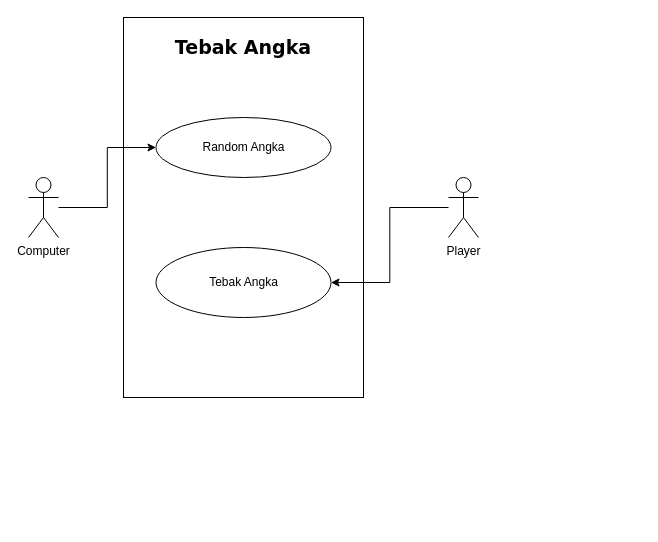
Before: use-case.drawio in Afkar-Saga/jobsheet1, a draw.io diagram. Source tidied: cells renumbered, new cells numbered last; positions are measured from the earlier drawing's top-left corner, leaving out a move shared by most shapes. Both pictures are drawn from the tidied source at 100%, with x=0, y=0 at pixel (28, 17).
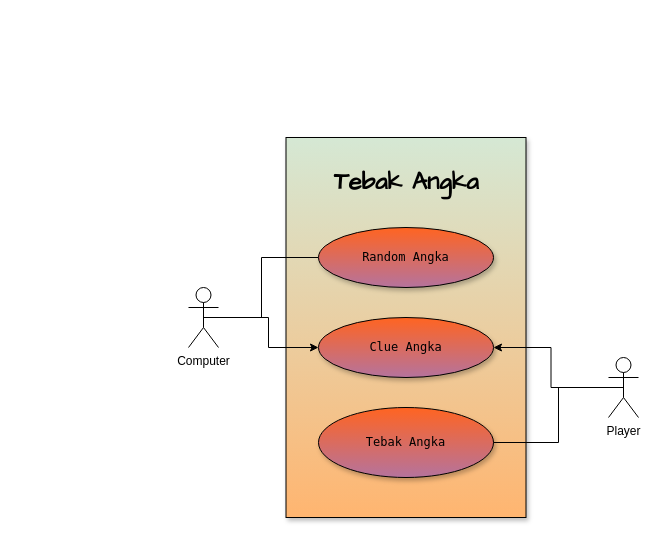
After the change.

Change to the diagram source:
```diff
@@
 <mxGraphModel>
   <root>
     <mxCell id="0" />
     <mxCell id="1" parent="0" />
+    <mxCell id="4" value="&lt;h3 style=&quot;font-size: 24px;&quot;&gt;Tebak Angka&lt;/h3&gt;" style="rounded=0;whiteSpace=wrap;html=1;fillColor=#d5e8d4;strokeColor=default;shadow=1;labelBorderColor=none;fontFamily=Comic Sans MS;align=center;fontStyle=1;fontSize=24;verticalAlign=top;gradientColor=#FFB570;gradientDirection=south;fontColor=default;" parent="1" vertex="1">
+      <mxGeometry x="257.5" y="120" width="240" height="380" as="geometry" />
+    </mxCell>
-    <mxCell id="2" style="edgeStyle=orthogonalEdgeStyle;rounded=0;jettySize=auto;html=1;entryX=0;entryY=0.5;entryDx=0;entryDy=0;" parent="1" edge="1" source="3" target="7">
+    <mxCell id="2" style="rounded=0;jettySize=auto;html=1;entryX=0;entryY=0.5;entryDx=0;entryDy=0;strokeColor=default;endArrow=none;endFill=0;exitX=0.5;exitY=0.5;exitDx=0;exitDy=0;exitPerimeter=0;edgeStyle=elbowEdgeStyle;" parent="1" edge="1" source="3" target="7">
       <mxGeometry relative="1" as="geometry" />
     </mxCell>
+    <mxCell id="10" style="edgeStyle=orthogonalEdgeStyle;rounded=0;jettySize=auto;html=1;fontFamily=Helvetica;fontSize=12;fontColor=default;entryX=0;entryY=0.5;entryDx=0;entryDy=0;" parent="1" edge="1" source="3" target="12">
+      <mxGeometry relative="1" as="geometry" />
+    </mxCell>
     <mxCell id="3" value="Computer" style="shape=umlActor;verticalLabelPosition=bottom;verticalAlign=top;html=1;outlineConnect=0;" parent="1" vertex="1">
-      <mxGeometry y="160" width="30" height="60" as="geometry" />
+      <mxGeometry x="160" y="270" width="30" height="60" as="geometry" />
     </mxCell>
-    <mxCell id="4" style="rounded=0;whiteSpace=wrap;html=1;fillColor=none;" parent="1" vertex="1">
-      <mxGeometry x="95" width="240" height="380" as="geometry" />
-    </mxCell>
-    <mxCell id="5" style="edgeStyle=orthogonalEdgeStyle;rounded=0;jettySize=auto;html=1;entryX=1;entryY=0.5;entryDx=0;entryDy=0;" parent="1" edge="1" source="6" target="8">
-      <mxGeometry relative="1" as="geometry" />
-    </mxCell>
+    <mxCell id="11" style="edgeStyle=orthogonalEdgeStyle;rounded=0;jettySize=auto;html=1;fontFamily=Helvetica;fontSize=12;fontColor=default;" parent="1" edge="1" source="6" target="12">
+      <mxGeometry relative="1" as="geometry" />
+    </mxCell>
     <mxCell id="6" value="Player" style="shape=umlActor;verticalLabelPosition=bottom;verticalAlign=top;html=1;outlineConnect=0;" parent="1" vertex="1">
-      <mxGeometry x="420" y="160" width="30" height="60" as="geometry" />
+      <mxGeometry x="580" y="340" width="30" height="60" as="geometry" />
     </mxCell>
-    <mxCell id="7" value="Random Angka" style="ellipse;whiteSpace=wrap;html=1;verticalAlign=middle;" parent="1" vertex="1">
-      <mxGeometry x="127.5" y="100" width="175" height="60" as="geometry" />
+    <mxCell id="7" value="Random Angka" style="ellipse;html=1;verticalAlign=middle;gradientColor=#B5739D;fillColor=#FF6421;shadow=1;sketch=1;curveFitting=1;jiggle=2;strokeColor=#000000;sketchStyle=comic;labelBackgroundColor=none;fontColor=#000000;fontFamily=Lucida Console;whiteSpace=wrap;labelBorderColor=none;" parent="1" vertex="1">
+      <mxGeometry x="290" y="210" width="175" height="60" as="geometry" />
     </mxCell>
-    <mxCell id="8" value="Tebak Angka" style="ellipse;whiteSpace=wrap;html=1;verticalAlign=middle;" parent="1" vertex="1">
-      <mxGeometry x="127.5" y="230" width="175" height="70" as="geometry" />
+    <mxCell id="8" value="Tebak Angka" style="ellipse;html=1;verticalAlign=middle;gradientColor=#B5739D;fillColor=#FF6421;shadow=1;sketch=1;curveFitting=1;jiggle=2;zigzagOffset=-1;sketchStyle=comic;fontFamily=Lucida Console;whiteSpace=wrap;" parent="1" vertex="1">
+      <mxGeometry x="290" y="390" width="175" height="70" as="geometry" />
     </mxCell>
-    <mxCell id="9" value="&lt;font style=&quot;font-size: 19px;&quot;&gt;Tebak Angka&lt;/font&gt;" style="text;html=1;strokeColor=none;fillColor=none;align=center;verticalAlign=middle;whiteSpace=wrap;rounded=0;fontStyle=1;fontFamily=Verdana;" parent="1" vertex="1">
-      <mxGeometry x="140" y="10" width="150" height="40" as="geometry" />
-    </mxCell>
+    <mxCell id="5" style="rounded=0;jettySize=auto;html=1;endSize=5;endArrow=none;endFill=0;startSize=5;exitX=0.5;exitY=0.5;exitDx=0;exitDy=0;exitPerimeter=0;edgeStyle=elbowEdgeStyle;entryX=1;entryY=0.5;entryDx=0;entryDy=0;" parent="1" edge="1" source="6" target="8">
+      <mxGeometry relative="1" as="geometry" />
+    </mxCell>
+    <mxCell id="12" value="Clue Angka" style="ellipse;html=1;verticalAlign=middle;gradientColor=#B5739D;fillColor=#FF6421;shadow=1;sketch=1;curveFitting=1;jiggle=2;strokeColor=#000000;sketchStyle=comic;labelBackgroundColor=none;fontColor=#000000;fontFamily=Lucida Console;whiteSpace=wrap;labelBorderColor=none;" parent="1" vertex="1">
+      <mxGeometry x="290" y="300" width="175" height="60" as="geometry" />
+    </mxCell>
   </root>
 </mxGraphModel>
```
